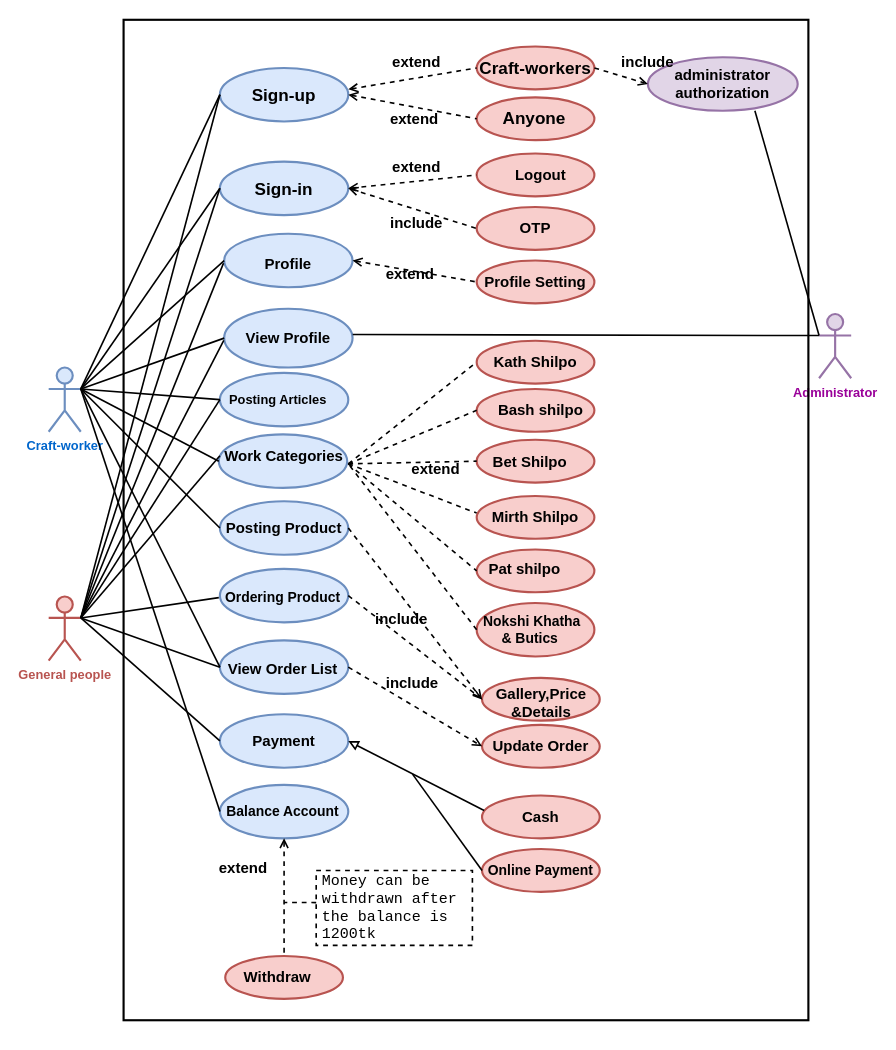
Above: se231use.drawio in Fatema-A-Ferdaus/se231 (draw.io), before the change. Source tidied: cells renumbered, new cells numbered last; positions are measured from the earlier drawing's top-left corner, leaving out a move shared by most shapes. Both pictures are drawn from the tidied source at 107%, with x=0, y=0 at pixel (48, 19).
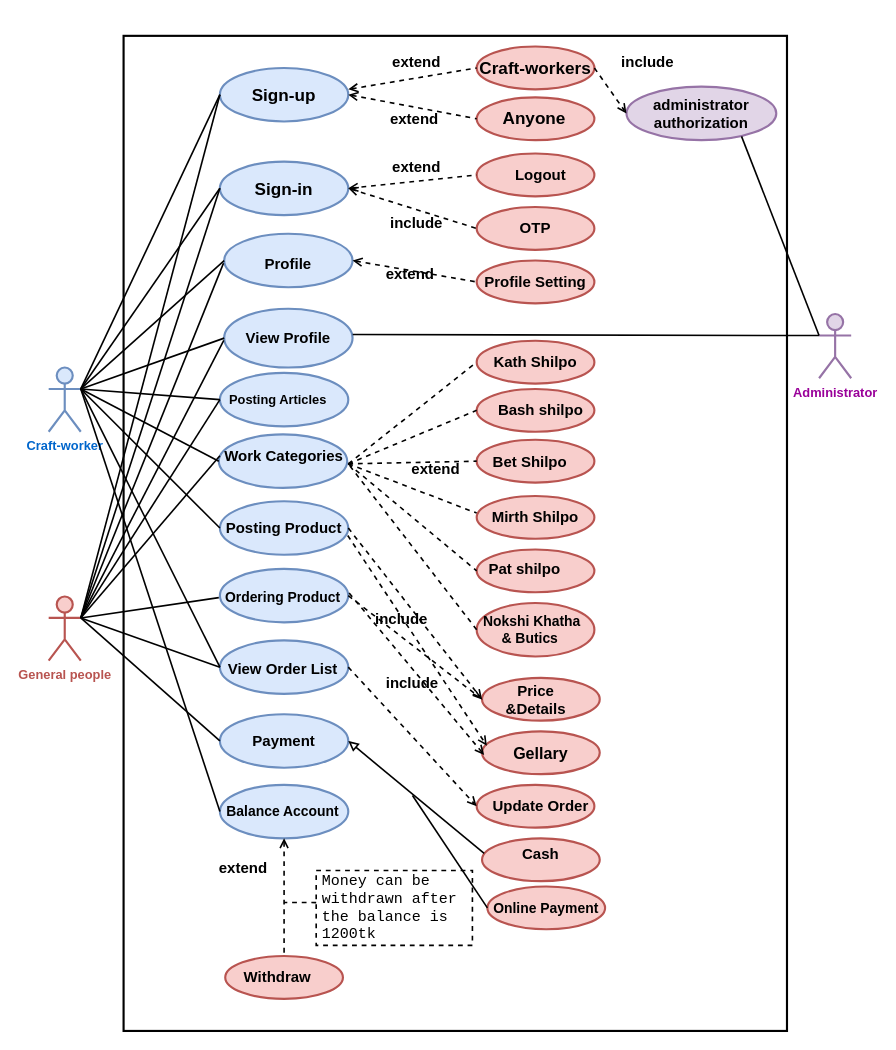
The same page after the edit.

Unchanged cells that the change refers to:
```xml
<mxCell id="4" value="&lt;font color=&quot;#990099&quot;&gt;&lt;b&gt;Administrator&lt;/b&gt;&lt;/font&gt;" style="shape=umlActor;verticalLabelPosition=bottom;verticalAlign=top;html=1;outlineConnect=0;fillColor=#e1d5e7;strokeColor=#9673a6;strokeWidth=2;" parent="1" vertex="1">
  <mxGeometry x="720" y="275" width="30" height="60" as="geometry" />
</mxCell>
<mxCell id="62" value="&lt;font size=&quot;1&quot;&gt;&lt;b style=&quot;font-size: 14px&quot;&gt;Posting Product&lt;/b&gt;&lt;/font&gt;" style="text;html=1;strokeColor=none;fillColor=none;align=center;verticalAlign=middle;whiteSpace=wrap;rounded=0;fontSize=12;" parent="1" vertex="1">
  <mxGeometry x="164" y="457" width="112" height="36" as="geometry" />
</mxCell>
<mxCell id="68" value="&lt;font style=&quot;font-size: 13px&quot;&gt;&lt;b&gt;Ordering Product&lt;/b&gt;&lt;/font&gt;" style="text;html=1;strokeColor=none;fillColor=none;align=center;verticalAlign=middle;whiteSpace=wrap;rounded=0;fontSize=12;" parent="1" vertex="1">
  <mxGeometry x="159" y="525" width="120" height="30" as="geometry" />
</mxCell>
```

The edit, as a diff of the source:
```diff
@@
     <mxCell id="17" style="ellipse;whiteSpace=wrap;html=1;strokeColor=#9673a6;strokeWidth=2;fillColor=#e1d5e7;" parent="1" vertex="1">
-      <mxGeometry x="560" y="35" width="140" height="50" as="geometry" />
+      <mxGeometry x="540" y="62.5" width="140" height="50" as="geometry" />
     </mxCell>
@@
     <mxCell id="21" value="&lt;b&gt;administrator authorization&lt;/b&gt;" style="text;html=1;strokeColor=none;fillColor=none;align=center;verticalAlign=middle;whiteSpace=wrap;rounded=0;fontSize=14;fontColor=#000000;" parent="1" vertex="1">
-      <mxGeometry x="570" y="35" width="120" height="50" as="geometry" />
+      <mxGeometry x="550" y="62.5" width="120" height="50" as="geometry" />
     </mxCell>
@@
-    <mxCell id="64" value="&lt;div&gt;&lt;b&gt;Gallery,Price&lt;/b&gt;&lt;/div&gt;&lt;div&gt;&lt;b&gt;&amp;amp;Details&lt;/b&gt;&lt;/div&gt;" style="text;html=1;strokeColor=none;fillColor=none;align=center;verticalAlign=middle;whiteSpace=wrap;rounded=0;fontSize=14;" parent="1" vertex="1">
-      <mxGeometry x="422.5" y="627.1" width="75" height="21.9" as="geometry" />
+    <mxCell id="64" value="&lt;div&gt;&lt;b&gt;Price&lt;/b&gt;&lt;/div&gt;&lt;div&gt;&lt;b&gt;&amp;amp;Details&lt;/b&gt;&lt;/div&gt;" style="text;html=1;strokeColor=none;fillColor=none;align=center;verticalAlign=middle;whiteSpace=wrap;rounded=0;fontSize=14;" parent="1" vertex="1">
+      <mxGeometry x="417.5" y="624.1" width="75" height="21.9" as="geometry" />
     </mxCell>
@@
     <mxCell id="70" style="ellipse;whiteSpace=wrap;html=1;strokeColor=#b85450;strokeWidth=2;fillColor=#f8cecc;" parent="1" vertex="1">
-      <mxGeometry x="405" y="659" width="110" height="40" as="geometry" />
+      <mxGeometry x="400" y="715" width="110" height="40" as="geometry" />
     </mxCell>
     <mxCell id="71" value="&lt;b&gt;&lt;font style=&quot;font-size: 14px&quot;&gt;Update Order&lt;/font&gt;&lt;/b&gt;" style="text;html=1;strokeColor=none;fillColor=none;align=center;verticalAlign=middle;whiteSpace=wrap;rounded=0;fontSize=13;" parent="1" vertex="1">
-      <mxGeometry x="410" y="671" width="100" height="16" as="geometry" />
+      <mxGeometry x="410" y="727" width="100" height="16" as="geometry" />
     </mxCell>
@@
-    <mxCell id="76" style="endArrow=none;html=1;rounded=0;fontSize=14;strokeColor=default;strokeWidth=1.5;exitX=0;exitY=0.3333333333333333;exitDx=0;exitDy=0;exitPerimeter=0;entryX=0.75;entryY=1;entryDx=0;entryDy=0;" parent="1" edge="1" source="4" target="21">
+    <mxCell id="76" style="endArrow=none;html=1;rounded=0;fontSize=14;strokeColor=default;strokeWidth=1.5;exitX=0;exitY=0.3333333333333333;exitDx=0;exitDy=0;exitPerimeter=0;entryX=0.768;entryY=0.929;entryDx=0;entryDy=0;entryPerimeter=0;" parent="1" edge="1" source="4" target="17">
       <mxGeometry relative="1" as="geometry" />
     </mxCell>
@@
     <mxCell id="93" style="ellipse;whiteSpace=wrap;html=1;strokeColor=#b85450;strokeWidth=2;fillColor=#f8cecc;" parent="1" vertex="1">
-      <mxGeometry x="405" y="725" width="110" height="40" as="geometry" />
+      <mxGeometry x="405" y="765" width="110" height="40" as="geometry" />
     </mxCell>
     <mxCell id="94" style="ellipse;whiteSpace=wrap;html=1;strokeColor=#b85450;strokeWidth=2;fillColor=#f8cecc;" parent="1" vertex="1">
-      <mxGeometry x="405" y="775" width="110" height="40" as="geometry" />
+      <mxGeometry x="410" y="810" width="110" height="40" as="geometry" />
     </mxCell>
     <mxCell id="95" value="&lt;b&gt;Cash&lt;/b&gt;" style="text;html=1;strokeColor=none;fillColor=none;align=center;verticalAlign=middle;whiteSpace=wrap;rounded=0;fontSize=14;" parent="1" vertex="1">
-      <mxGeometry x="430" y="730" width="60" height="30" as="geometry" />
+      <mxGeometry x="430" y="765" width="60" height="30" as="geometry" />
     </mxCell>
     <mxCell id="96" value="&lt;font style=&quot;font-size: 13px&quot;&gt;&lt;b&gt;Online Payment&lt;/b&gt;&lt;/font&gt;" style="text;html=1;strokeColor=none;fillColor=none;align=center;verticalAlign=middle;whiteSpace=wrap;rounded=0;fontSize=14;" parent="1" vertex="1">
-      <mxGeometry x="405" y="780" width="110" height="30" as="geometry" />
+      <mxGeometry x="410" y="815" width="110" height="30" as="geometry" />
     </mxCell>
@@
     <mxCell id="107" style="endArrow=none;html=1;rounded=0;exitX=0;exitY=0.5;exitDx=0;exitDy=0;strokeWidth=1.5;" parent="1" edge="1" source="96">
       <mxGeometry relative="1" as="geometry">
-        <mxPoint x="340" y="705" as="targetPoint" />
+        <mxPoint x="340" y="725" as="targetPoint" />
       </mxGeometry>
     </mxCell>
@@
     <mxCell id="111" style="rounded=0;whiteSpace=wrap;html=1;fillColor=none;strokeWidth=2;" parent="1" vertex="1">
-      <mxGeometry x="70" width="640" height="935" as="geometry" />
+      <mxGeometry x="70" y="15" width="620" height="930" as="geometry" />
     </mxCell>
+    <mxCell id="112" value="&lt;font style=&quot;font-size: 15px&quot;&gt;&lt;b&gt;&lt;font style=&quot;font-size: 15px&quot;&gt;Gellary&lt;/font&gt;&lt;/b&gt;&lt;/font&gt;" style="ellipse;whiteSpace=wrap;html=1;strokeColor=#b85450;strokeWidth=2;fillColor=#f8cecc;" parent="1" vertex="1">
+      <mxGeometry x="405" y="665" width="110" height="40" as="geometry" />
+    </mxCell>
+    <mxCell id="113" style="endArrow=open;dashed=1;html=1;rounded=0;fontSize=15;entryX=0.018;entryY=0.55;entryDx=0;entryDy=0;entryPerimeter=0;exitX=1.015;exitY=0.358;exitDx=0;exitDy=0;exitPerimeter=0;strokeWidth=1.5;startArrow=none;startFill=0;endFill=0;" parent="1" edge="1" source="68" target="112">
+      <mxGeometry relative="1" as="geometry" />
+    </mxCell>
+    <mxCell id="114" style="endArrow=open;dashed=1;html=1;rounded=0;fontSize=15;strokeWidth=1.5;exitX=1.031;exitY=0.694;exitDx=0;exitDy=0;exitPerimeter=0;entryX=0.041;entryY=0.338;entryDx=0;entryDy=0;entryPerimeter=0;endFill=0;" parent="1" edge="1" source="62" target="112">
+      <mxGeometry relative="1" as="geometry" />
+    </mxCell>
```
